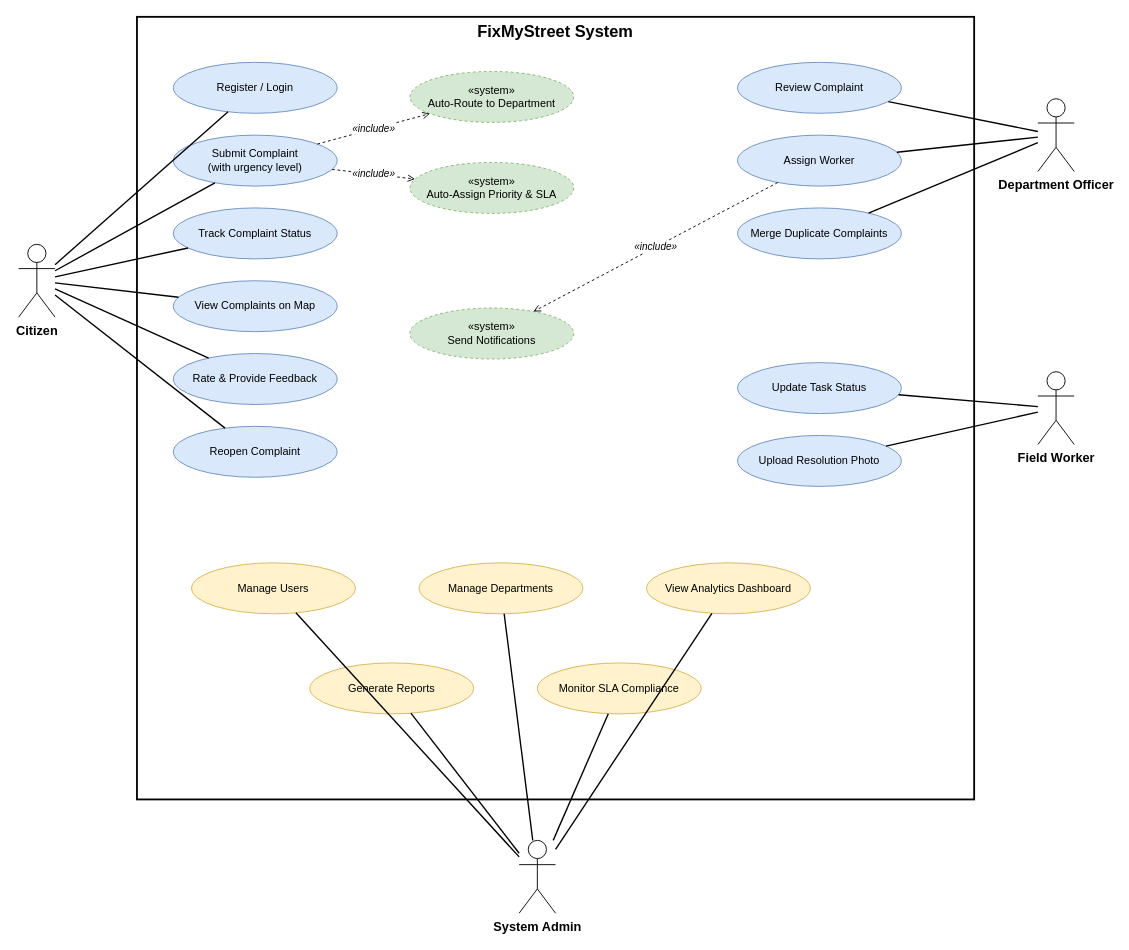
Above: Usecase.drawio in SAAD01011/FixMyStreet- (draw.io), before the change. Source tidied: cells renumbered, new cells numbered last; positions are measured from the earlier drawing's top-left corner, leaving out a move shared by most shapes. Both pictures are drawn from the tidied source at 91%, with x=0, y=0 at pixel (18, 16).
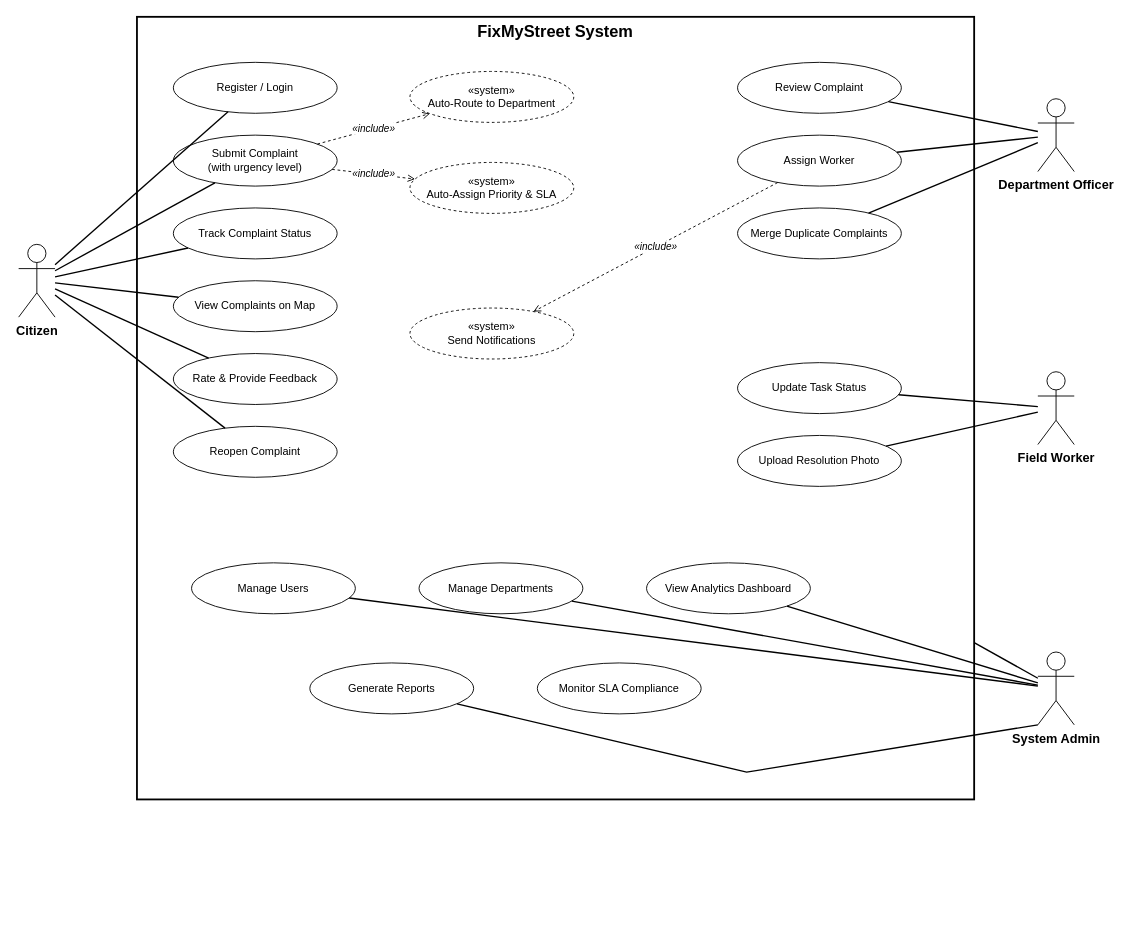
Above is the later version.

Unchanged cells that the change refers to:
```xml
<mxCell id="2" value="FixMyStreet System" style="rounded=0;whiteSpace=wrap;html=1;fillColor=none;strokeWidth=2;verticalAlign=top;align=center;fontStyle=1;fontSize=18;" parent="1" vertex="1">
  <mxGeometry x="130" width="920" height="860" as="geometry" />
</mxCell>
```

Diff of the diagram source:
```diff
@@
     <mxCell id="6" value="System Admin" style="shape=umlActor;verticalLabelPosition=bottom;verticalAlign=top;html=1;outlineConnect=0;fontSize=14;fontStyle=1;" parent="1" vertex="1">
-      <mxGeometry x="550" y="905" width="40" height="80" as="geometry" />
+      <mxGeometry x="1120" y="698" width="40" height="80" as="geometry" />
     </mxCell>
-    <mxCell id="7" value="Register / Login" style="ellipse;whiteSpace=wrap;html=1;fillColor=#dae8fc;strokeColor=#6c8ebf;fontSize=12;" parent="1" vertex="1">
+    <mxCell id="7" value="Register / Login" style="ellipse;whiteSpace=wrap;html=1;fontSize=12;" parent="1" vertex="1">
       <mxGeometry x="170" y="50" width="180" height="56" as="geometry" />
     </mxCell>
-    <mxCell id="8" value="Submit Complaint&lt;br&gt;(with urgency level)" style="ellipse;whiteSpace=wrap;html=1;fillColor=#dae8fc;strokeColor=#6c8ebf;fontSize=12;" parent="1" vertex="1">
+    <mxCell id="8" value="Submit Complaint&lt;br&gt;(with urgency level)" style="ellipse;whiteSpace=wrap;html=1;fontSize=12;" parent="1" vertex="1">
       <mxGeometry x="170" y="130" width="180" height="56" as="geometry" />
     </mxCell>
-    <mxCell id="9" value="Track Complaint Status" style="ellipse;whiteSpace=wrap;html=1;fillColor=#dae8fc;strokeColor=#6c8ebf;fontSize=12;" parent="1" vertex="1">
+    <mxCell id="9" value="Track Complaint Status" style="ellipse;whiteSpace=wrap;html=1;fontSize=12;" parent="1" vertex="1">
       <mxGeometry x="170" y="210" width="180" height="56" as="geometry" />
     </mxCell>
-    <mxCell id="10" value="View Complaints on Map" style="ellipse;whiteSpace=wrap;html=1;fillColor=#dae8fc;strokeColor=#6c8ebf;fontSize=12;" parent="1" vertex="1">
+    <mxCell id="10" value="View Complaints on Map" style="ellipse;whiteSpace=wrap;html=1;fontSize=12;" parent="1" vertex="1">
       <mxGeometry x="170" y="290" width="180" height="56" as="geometry" />
     </mxCell>
-    <mxCell id="11" value="Rate &amp; Provide Feedback" style="ellipse;whiteSpace=wrap;html=1;fillColor=#dae8fc;strokeColor=#6c8ebf;fontSize=12;" parent="1" vertex="1">
+    <mxCell id="11" value="Rate &amp; Provide Feedback" style="ellipse;whiteSpace=wrap;html=1;fontSize=12;" parent="1" vertex="1">
       <mxGeometry x="170" y="370" width="180" height="56" as="geometry" />
     </mxCell>
-    <mxCell id="12" value="Reopen Complaint" style="ellipse;whiteSpace=wrap;html=1;fillColor=#dae8fc;strokeColor=#6c8ebf;fontSize=12;" parent="1" vertex="1">
+    <mxCell id="12" value="Reopen Complaint" style="ellipse;whiteSpace=wrap;html=1;fontSize=12;" parent="1" vertex="1">
       <mxGeometry x="170" y="450" width="180" height="56" as="geometry" />
     </mxCell>
-    <mxCell id="13" value="«system»&lt;br&gt;Auto-Route to Department" style="ellipse;whiteSpace=wrap;html=1;fillColor=#d5e8d4;strokeColor=#82b366;fontSize=12;dashed=1;" parent="1" vertex="1">
+    <mxCell id="13" value="«system»&lt;br&gt;Auto-Route to Department" style="ellipse;whiteSpace=wrap;html=1;fontSize=12;dashed=1;" parent="1" vertex="1">
       <mxGeometry x="430" y="60" width="180" height="56" as="geometry" />
     </mxCell>
-    <mxCell id="14" value="«system»&lt;br&gt;Auto-Assign Priority &amp; SLA" style="ellipse;whiteSpace=wrap;html=1;fillColor=#d5e8d4;strokeColor=#82b366;fontSize=12;dashed=1;" parent="1" vertex="1">
+    <mxCell id="14" value="«system»&lt;br&gt;Auto-Assign Priority &amp; SLA" style="ellipse;whiteSpace=wrap;html=1;fontSize=12;dashed=1;" parent="1" vertex="1">
       <mxGeometry x="430" y="160" width="180" height="56" as="geometry" />
     </mxCell>
-    <mxCell id="15" value="«system»&lt;br&gt;Send Notifications" style="ellipse;whiteSpace=wrap;html=1;fillColor=#d5e8d4;strokeColor=#82b366;fontSize=12;dashed=1;" parent="1" vertex="1">
+    <mxCell id="15" value="«system»&lt;br&gt;Send Notifications" style="ellipse;whiteSpace=wrap;html=1;fontSize=12;dashed=1;" parent="1" vertex="1">
       <mxGeometry x="430" y="320" width="180" height="56" as="geometry" />
     </mxCell>
-    <mxCell id="16" value="Review Complaint" style="ellipse;whiteSpace=wrap;html=1;fillColor=#dae8fc;strokeColor=#6c8ebf;fontSize=12;" parent="1" vertex="1">
+    <mxCell id="16" value="Review Complaint" style="ellipse;whiteSpace=wrap;html=1;fontSize=12;" parent="1" vertex="1">
       <mxGeometry x="790" y="50" width="180" height="56" as="geometry" />
     </mxCell>
-    <mxCell id="17" value="Assign Worker" style="ellipse;whiteSpace=wrap;html=1;fillColor=#dae8fc;strokeColor=#6c8ebf;fontSize=12;" parent="1" vertex="1">
+    <mxCell id="17" value="Assign Worker" style="ellipse;whiteSpace=wrap;html=1;fontSize=12;" parent="1" vertex="1">
       <mxGeometry x="790" y="130" width="180" height="56" as="geometry" />
     </mxCell>
-    <mxCell id="18" value="Merge Duplicate Complaints" style="ellipse;whiteSpace=wrap;html=1;fillColor=#dae8fc;strokeColor=#6c8ebf;fontSize=12;" parent="1" vertex="1">
+    <mxCell id="18" value="Merge Duplicate Complaints" style="ellipse;whiteSpace=wrap;html=1;fontSize=12;" parent="1" vertex="1">
       <mxGeometry x="790" y="210" width="180" height="56" as="geometry" />
     </mxCell>
-    <mxCell id="19" value="Update Task Status" style="ellipse;whiteSpace=wrap;html=1;fillColor=#dae8fc;strokeColor=#6c8ebf;fontSize=12;" parent="1" vertex="1">
+    <mxCell id="19" value="Update Task Status" style="ellipse;whiteSpace=wrap;html=1;fontSize=12;" parent="1" vertex="1">
       <mxGeometry x="790" y="380" width="180" height="56" as="geometry" />
     </mxCell>
-    <mxCell id="20" value="Upload Resolution Photo" style="ellipse;whiteSpace=wrap;html=1;fillColor=#dae8fc;strokeColor=#6c8ebf;fontSize=12;" parent="1" vertex="1">
+    <mxCell id="20" value="Upload Resolution Photo" style="ellipse;whiteSpace=wrap;html=1;fontSize=12;" parent="1" vertex="1">
       <mxGeometry x="790" y="460" width="180" height="56" as="geometry" />
     </mxCell>
-    <mxCell id="21" value="Manage Users" style="ellipse;whiteSpace=wrap;html=1;fillColor=#fff2cc;strokeColor=#d6b656;fontSize=12;" parent="1" vertex="1">
+    <mxCell id="21" value="Manage Users" style="ellipse;whiteSpace=wrap;html=1;fontSize=12;" parent="1" vertex="1">
       <mxGeometry x="190" y="600" width="180" height="56" as="geometry" />
     </mxCell>
-    <mxCell id="22" value="Manage Departments" style="ellipse;whiteSpace=wrap;html=1;fillColor=#fff2cc;strokeColor=#d6b656;fontSize=12;" parent="1" vertex="1">
+    <mxCell id="22" value="Manage Departments" style="ellipse;whiteSpace=wrap;html=1;fontSize=12;" parent="1" vertex="1">
       <mxGeometry x="440" y="600" width="180" height="56" as="geometry" />
     </mxCell>
-    <mxCell id="23" value="View Analytics Dashboard" style="ellipse;whiteSpace=wrap;html=1;fillColor=#fff2cc;strokeColor=#d6b656;fontSize=12;" parent="1" vertex="1">
+    <mxCell id="23" value="View Analytics Dashboard" style="ellipse;whiteSpace=wrap;html=1;fontSize=12;" parent="1" vertex="1">
       <mxGeometry x="690" y="600" width="180" height="56" as="geometry" />
     </mxCell>
-    <mxCell id="24" value="Generate Reports" style="ellipse;whiteSpace=wrap;html=1;fillColor=#fff2cc;strokeColor=#d6b656;fontSize=12;" parent="1" vertex="1">
+    <mxCell id="24" value="Generate Reports" style="ellipse;whiteSpace=wrap;html=1;fontSize=12;" parent="1" vertex="1">
       <mxGeometry x="320" y="710" width="180" height="56" as="geometry" />
     </mxCell>
-    <mxCell id="25" value="Monitor SLA Compliance" style="ellipse;whiteSpace=wrap;html=1;fillColor=#fff2cc;strokeColor=#d6b656;fontSize=12;" parent="1" vertex="1">
+    <mxCell id="25" value="Monitor SLA Compliance" style="ellipse;whiteSpace=wrap;html=1;fontSize=12;" parent="1" vertex="1">
       <mxGeometry x="570" y="710" width="180" height="56" as="geometry" />
     </mxCell>
@@
-    <mxCell id="40" style="endArrow=none;html=1;rounded=0;strokeWidth=1.5;" parent="1" edge="1" source="6" target="24">
-      <mxGeometry relative="1" as="geometry" />
+    <mxCell id="40" style="endArrow=none;html=1;rounded=0;strokeWidth=1.5;exitX=0;exitY=1;exitDx=0;exitDy=0;exitPerimeter=0;" parent="1" edge="1" source="6" target="24">
+      <mxGeometry relative="1" as="geometry">
+        <Array as="points">
+          <mxPoint x="800" y="830" />
+        </Array>
+      </mxGeometry>
     </mxCell>
-    <mxCell id="41" style="endArrow=none;html=1;rounded=0;strokeWidth=1.5;" parent="1" edge="1" source="6" target="25">
+    <mxCell id="41" style="endArrow=none;html=1;rounded=0;strokeWidth=1.5;" parent="1" edge="1" source="6" target="2">
       <mxGeometry relative="1" as="geometry" />
     </mxCell>
```
